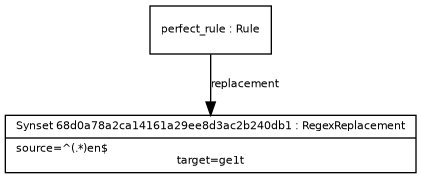
ontolex/morph keeps this Graphviz diagram as examples/example_8.png. Above is the earlier version. Its source is kept beside it as examples/example_8.dot. Source of this version:
```dot
digraph G {
  fontname = "Bitstream Vera Sans"
    fontsize = 8

    node [
      fontname = "Bitstream Vera Sans"
      fontsize = 8
      shape = "record"
    ]

    edge [
      fontname = "Bitstream Vera Sans"
      fontsize = 8
    ]

Synset68d0a78a2ca14161a29ee8d3ac2b240db1 [ label="{Synset 68d0a78a2ca14161a29ee8d3ac2b240db1 : RegexReplacement|source=^(.*)en$\ltarget=ge\1t}" ]
perfect_rule -> Synset68d0a78a2ca14161a29ee8d3ac2b240db1 [ label="replacement" ]
perfect_rule [ label="{perfect_rule : Rule}" ]
}
```
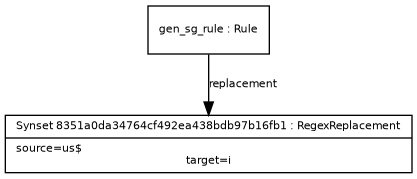
After the commit.

Diff of the diagram source:
```diff
@@ -13,7 +13,7 @@
       fontsize = 8
     ]
 
-Synset68d0a78a2ca14161a29ee8d3ac2b240db1 [ label="{Synset 68d0a78a2ca14161a29ee8d3ac2b240db1 : RegexReplacement|source=^(.*)en$\ltarget=ge\1t}" ]
-perfect_rule -> Synset68d0a78a2ca14161a29ee8d3ac2b240db1 [ label="replacement" ]
-perfect_rule [ label="{perfect_rule : Rule}" ]
+Synset8351a0da34764cf492ea438bdb97b16fb1 [ label="{Synset 8351a0da34764cf492ea438bdb97b16fb1 : RegexReplacement|source=us$\ltarget=i}" ]
+gen_sg_rule -> Synset8351a0da34764cf492ea438bdb97b16fb1 [ label="replacement" ]
+gen_sg_rule [ label="{gen_sg_rule : Rule}" ]
 }
```
